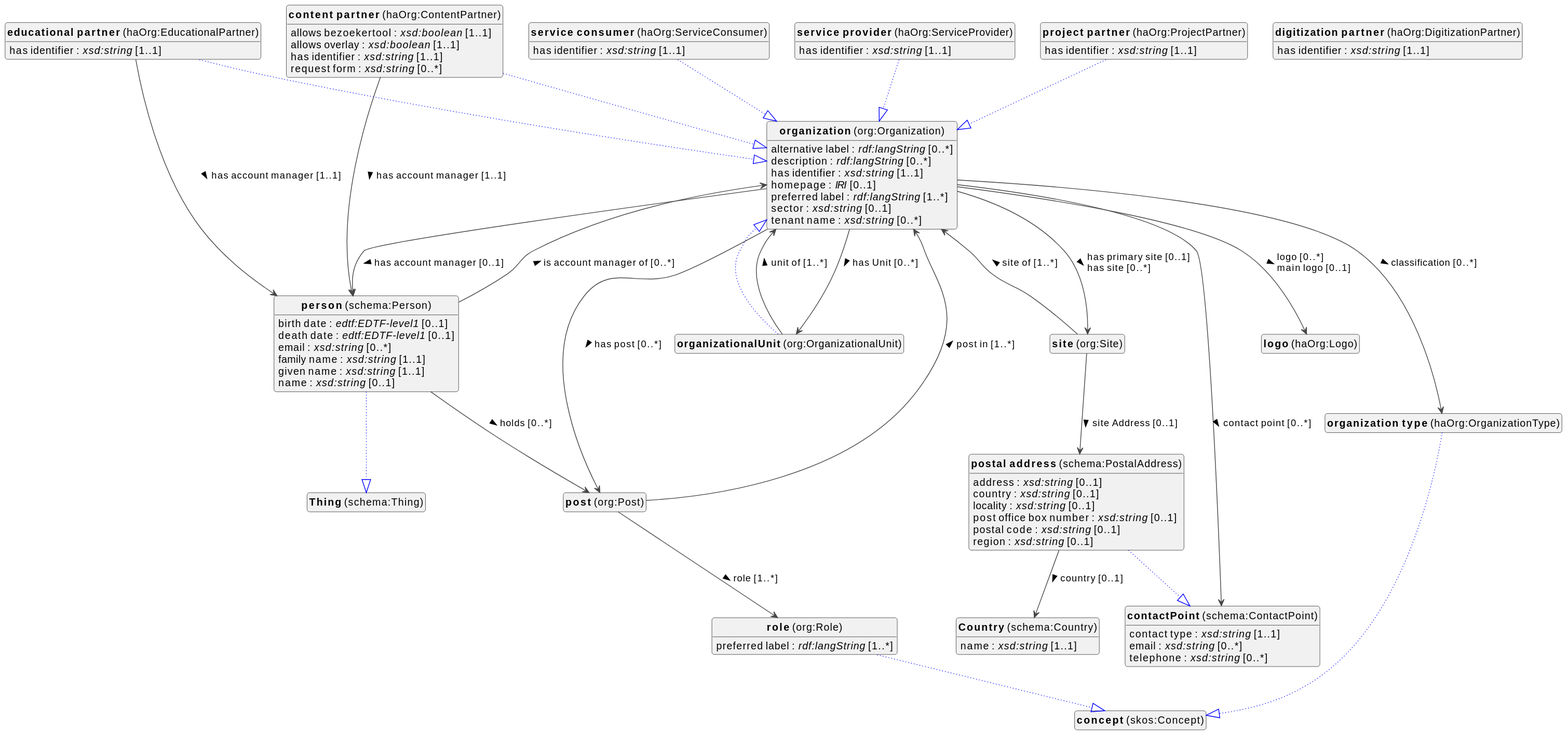
Above: docs/metadata/knowledge-graph/0.0.1/organizations/en/organizations-diagram.svg in viaacode/documentation-jekyll (PlantUML), before the change. Source of this version:
```plantuml
@startuml
!theme vibrant
skinparam classFontSize 14
!define LIGHTORANGE
skinparam componentStyle uml2
skinparam wrapMessageWidth 1000
skinparam wrapWidth 1000
skinparam shadowing false
skinparam ArrowMessageAlignment left
top to bottom direction


class "<b>Country</b> (schema:Country)" as schema_Country [[#schema%3ACountry]]
class "<b>contactPoint</b> (schema:ContactPoint)" as schema_ContactPoint [[#schema%3AContactPoint]]
class "<b>content partner</b> (haOrg:ContentPartner)" as haOrg_ContentPartner [[#haOrg%3AContentPartner]]
class "<b>organization</b> (org:Organization)" as org_Organization [[#org%3AOrganization]]
class "<b>digitization partner</b> (haOrg:DigitizationPartner)" as haOrg_DigitizationPartner [[#haOrg%3ADigitizationPartner]]
class "<b>educational partner</b> (haOrg:EducationalPartner)" as haOrg_EducationalPartner [[#haOrg%3AEducationalPartner]]
class "<b>organization</b> (org:Organization)" as org_Organization [[#org%3AOrganization]]
class "<b>logo</b> (haOrg:Logo)" as haOrg_Logo [[#haOrg%3ALogo]]
class "<b>organization</b> (org:Organization)" as org_Organization [[#org%3AOrganization]]
class "<b>organization type</b> (haOrg:OrganizationType)" as haOrg_OrganizationType [[#haOrg%3AOrganizationType]]
class "<b>concept</b> (skos:Concept)" as skos_Concept [[#skos%3AConcept]]
class "<b>organizationalUnit</b> (org:OrganizationalUnit)" as org_OrganizationalUnit [[#org%3AOrganizationalUnit]]
class "<b>organization</b> (org:Organization)" as org_Organization [[#org%3AOrganization]]
class "<b>person</b> (schema:Person)" as schema_Person [[#schema%3APerson]]
class "<b>Thing</b> (schema:Thing)" as schema_Thing [[#schema%3AThing]]
class "<b>post</b> (org:Post)" as org_Post [[#org%3APost]]
class "<b>postal address</b> (schema:PostalAddress)" as schema_PostalAddress [[#schema%3APostalAddress]]
class "<b>contactPoint</b> (schema:ContactPoint)" as schema_ContactPoint [[#schema%3AContactPoint]]
class "<b>project partner</b> (haOrg:ProjectPartner)" as haOrg_ProjectPartner [[#haOrg%3AProjectPartner]]
class "<b>organization</b> (org:Organization)" as org_Organization [[#org%3AOrganization]]
class "<b>role</b> (org:Role)" as org_Role [[#org%3ARole]]
class "<b>concept</b> (skos:Concept)" as skos_Concept [[#skos%3AConcept]]
class "<b>service consumer</b> (haOrg:ServiceConsumer)" as haOrg_ServiceConsumer [[#haOrg%3AServiceConsumer]]
class "<b>organization</b> (org:Organization)" as org_Organization [[#org%3AOrganization]]
class "<b>service provider</b> (haOrg:ServiceProvider)" as haOrg_ServiceProvider [[#haOrg%3AServiceProvider]]
class "<b>organization</b> (org:Organization)" as org_Organization [[#org%3AOrganization]]
class "<b>site</b> (org:Site)" as org_Site [[#org%3ASite]]


schema_Country : name : <i>xsd:string</i> [1..1]



schema_ContactPoint : contact type : <i>xsd:string</i> [1..1]
schema_ContactPoint : email : <i>xsd:string</i> [0..*]
schema_ContactPoint : telephone : <i>xsd:string</i> [0..*]


haOrg_ContentPartner --|> org_Organization #blue;line.dotted;text:blue

haOrg_ContentPartner : allows bezoekertool : <i>xsd:boolean</i> [1..1]
haOrg_ContentPartner : allows overlay : <i>xsd:boolean</i> [1..1]
haOrg_ContentPartner : has identifier : <i>xsd:string</i> [1..1]
haOrg_ContentPartner : request form : <i>xsd:string</i> [0..*]
haOrg_ContentPartner --> schema_Person :has account manager [1..1]  >




haOrg_DigitizationPartner : has identifier : <i>xsd:string</i> [1..1]


haOrg_EducationalPartner --|> org_Organization #blue;line.dotted;text:blue

haOrg_EducationalPartner : has identifier : <i>xsd:string</i> [1..1]
haOrg_EducationalPartner --> schema_Person :has account manager [1..1]  >





org_Organization : alternative label : <i>rdf:langString</i> [0..*]
org_Organization : description : <i>rdf:langString</i> [0..*]
org_Organization : has identifier : <i>xsd:string</i> [1..1]
org_Organization : homepage : <i>IRI</i> [0..1]
org_Organization : preferred label : <i>rdf:langString</i> [1..*]
org_Organization : sector : <i>xsd:string</i> [0..1]
org_Organization : tenant name : <i>xsd:string</i> [0..*]

org_Organization --> haOrg_Logo :logo [0..*]  \lmain logo [0..1]  >
org_Organization --> haOrg_OrganizationType :classification [0..*]  >
org_Organization --> org_OrganizationalUnit :has Unit [0..*]  >
org_Organization --> org_Post :has post [0..*]  >
org_Organization --> org_Site :has primary site [0..1]  \lhas site [0..*]  >

org_Organization --> schema_ContactPoint :contact point [0..*]  >
org_Organization --> schema_Person :has account manager [0..1]  >


haOrg_OrganizationType --|> skos_Concept #blue;line.dotted;text:blue


org_OrganizationalUnit --|> org_Organization #blue;line.dotted;text:blue

org_OrganizationalUnit --> org_Organization :unit of [1..*]  >

schema_Person --|> schema_Thing #blue;line.dotted;text:blue

schema_Person : birth date : <i>edtf:EDTF-level1</i> [0..1]
schema_Person : death date : <i>edtf:EDTF-level1</i> [0..1]
schema_Person : email : <i>xsd:string</i> [0..*]
schema_Person : family name : <i>xsd:string</i> [1..1]
schema_Person : given name : <i>xsd:string</i> [1..1]
schema_Person : name : <i>xsd:string</i> [0..1]

schema_Person --> org_Organization :is account manager of [0..*]  >
schema_Person --> org_Post :holds [0..*]  >



org_Post --> org_Organization :post in [1..*]  >
org_Post --> org_Role :role [1..*]  >

schema_PostalAddress --|> schema_ContactPoint #blue;line.dotted;text:blue

schema_PostalAddress : address : <i>xsd:string</i> [0..1]
schema_PostalAddress : country : <i>xsd:string</i> [0..1]
schema_PostalAddress : locality : <i>xsd:string</i> [0..1]
schema_PostalAddress : post office box number : <i>xsd:string</i> [0..1]
schema_PostalAddress : postal code : <i>xsd:string</i> [0..1]
schema_PostalAddress : region : <i>xsd:string</i> [0..1]
schema_PostalAddress --> schema_Country :country [0..1]  >


haOrg_ProjectPartner --|> org_Organization #blue;line.dotted;text:blue

haOrg_ProjectPartner : has identifier : <i>xsd:string</i> [1..1]


org_Role --|> skos_Concept #blue;line.dotted;text:blue

org_Role : preferred label : <i>rdf:langString</i> [1..*]


haOrg_ServiceConsumer --|> org_Organization #blue;line.dotted;text:blue

haOrg_ServiceConsumer : has identifier : <i>xsd:string</i> [1..1]


haOrg_ServiceProvider --|> org_Organization #blue;line.dotted;text:blue

haOrg_ServiceProvider : has identifier : <i>xsd:string</i> [1..1]



org_Site --> org_Organization :site of [1..*]  >
org_Site --> schema_PostalAddress :site Address [0..1]  >


hide circle
hide methods
hide empty members
@enduml
```
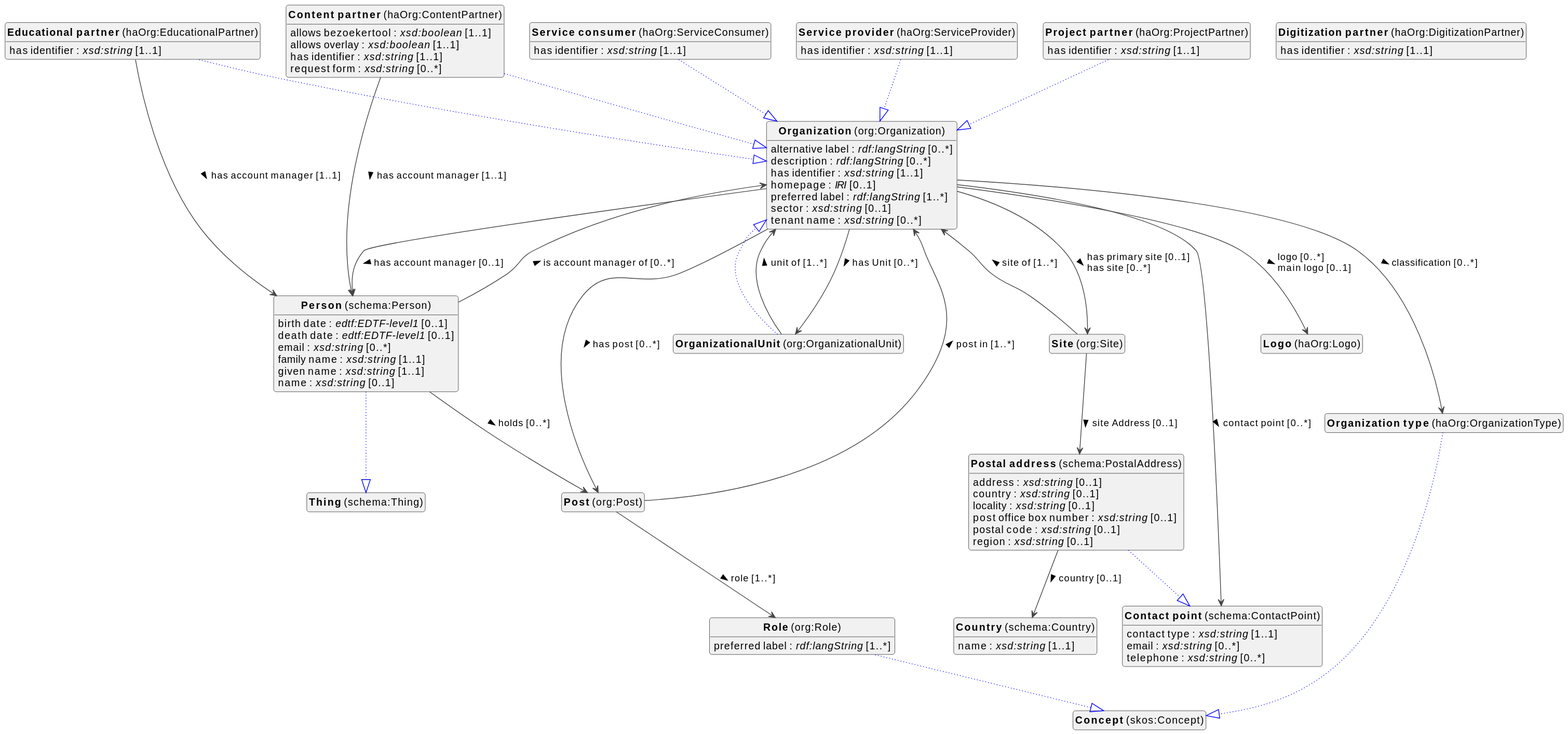
Later version of the same file.

What changed in the source:
```diff
@@ -10,37 +10,33 @@
 top to bottom direction
 
 
+class "<b>Contact point</b> (schema:ContactPoint)" as schema_ContactPoint [[#schema%3AContactPoint]]
+class "<b>Content partner</b> (haOrg:ContentPartner)" as haOrg_ContentPartner [[#haOrg%3AContentPartner]]
+class "<b>Organization</b> (org:Organization)" as org_Organization [[#org%3AOrganization]]
 class "<b>Country</b> (schema:Country)" as schema_Country [[#schema%3ACountry]]
-class "<b>contactPoint</b> (schema:ContactPoint)" as schema_ContactPoint [[#schema%3AContactPoint]]
-class "<b>content partner</b> (haOrg:ContentPartner)" as haOrg_ContentPartner [[#haOrg%3AContentPartner]]
-class "<b>organization</b> (org:Organization)" as org_Organization [[#org%3AOrganization]]
-class "<b>digitization partner</b> (haOrg:DigitizationPartner)" as haOrg_DigitizationPartner [[#haOrg%3ADigitizationPartner]]
-class "<b>educational partner</b> (haOrg:EducationalPartner)" as haOrg_EducationalPartner [[#haOrg%3AEducationalPartner]]
-class "<b>organization</b> (org:Organization)" as org_Organization [[#org%3AOrganization]]
-class "<b>logo</b> (haOrg:Logo)" as haOrg_Logo [[#haOrg%3ALogo]]
-class "<b>organization</b> (org:Organization)" as org_Organization [[#org%3AOrganization]]
-class "<b>organization type</b> (haOrg:OrganizationType)" as haOrg_OrganizationType [[#haOrg%3AOrganizationType]]
-class "<b>concept</b> (skos:Concept)" as skos_Concept [[#skos%3AConcept]]
-class "<b>organizationalUnit</b> (org:OrganizationalUnit)" as org_OrganizationalUnit [[#org%3AOrganizationalUnit]]
-class "<b>organization</b> (org:Organization)" as org_Organization [[#org%3AOrganization]]
-class "<b>person</b> (schema:Person)" as schema_Person [[#schema%3APerson]]
+class "<b>Digitization partner</b> (haOrg:DigitizationPartner)" as haOrg_DigitizationPartner [[#haOrg%3ADigitizationPartner]]
+class "<b>Educational partner</b> (haOrg:EducationalPartner)" as haOrg_EducationalPartner [[#haOrg%3AEducationalPartner]]
+class "<b>Organization</b> (org:Organization)" as org_Organization [[#org%3AOrganization]]
+class "<b>Logo</b> (haOrg:Logo)" as haOrg_Logo [[#haOrg%3ALogo]]
+class "<b>Organization</b> (org:Organization)" as org_Organization [[#org%3AOrganization]]
+class "<b>Organization type</b> (haOrg:OrganizationType)" as haOrg_OrganizationType [[#haOrg%3AOrganizationType]]
+class "<b>Concept</b> (skos:Concept)" as skos_Concept [[#skos%3AConcept]]
+class "<b>OrganizationalUnit</b> (org:OrganizationalUnit)" as org_OrganizationalUnit [[#org%3AOrganizationalUnit]]
+class "<b>Organization</b> (org:Organization)" as org_Organization [[#org%3AOrganization]]
+class "<b>Person</b> (schema:Person)" as schema_Person [[#schema%3APerson]]
 class "<b>Thing</b> (schema:Thing)" as schema_Thing [[#schema%3AThing]]
-class "<b>post</b> (org:Post)" as org_Post [[#org%3APost]]
-class "<b>postal address</b> (schema:PostalAddress)" as schema_PostalAddress [[#schema%3APostalAddress]]
-class "<b>contactPoint</b> (schema:ContactPoint)" as schema_ContactPoint [[#schema%3AContactPoint]]
-class "<b>project partner</b> (haOrg:ProjectPartner)" as haOrg_ProjectPartner [[#haOrg%3AProjectPartner]]
-class "<b>organization</b> (org:Organization)" as org_Organization [[#org%3AOrganization]]
-class "<b>role</b> (org:Role)" as org_Role [[#org%3ARole]]
-class "<b>concept</b> (skos:Concept)" as skos_Concept [[#skos%3AConcept]]
-class "<b>service consumer</b> (haOrg:ServiceConsumer)" as haOrg_ServiceConsumer [[#haOrg%3AServiceConsumer]]
-class "<b>organization</b> (org:Organization)" as org_Organization [[#org%3AOrganization]]
-class "<b>service provider</b> (haOrg:ServiceProvider)" as haOrg_ServiceProvider [[#haOrg%3AServiceProvider]]
-class "<b>organization</b> (org:Organization)" as org_Organization [[#org%3AOrganization]]
-class "<b>site</b> (org:Site)" as org_Site [[#org%3ASite]]
-
-
-schema_Country : name : <i>xsd:string</i> [1..1]
-
+class "<b>Post</b> (org:Post)" as org_Post [[#org%3APost]]
+class "<b>Postal address</b> (schema:PostalAddress)" as schema_PostalAddress [[#schema%3APostalAddress]]
+class "<b>Contact point</b> (schema:ContactPoint)" as schema_ContactPoint [[#schema%3AContactPoint]]
+class "<b>Project partner</b> (haOrg:ProjectPartner)" as haOrg_ProjectPartner [[#haOrg%3AProjectPartner]]
+class "<b>Organization</b> (org:Organization)" as org_Organization [[#org%3AOrganization]]
+class "<b>Role</b> (org:Role)" as org_Role [[#org%3ARole]]
+class "<b>Concept</b> (skos:Concept)" as skos_Concept [[#skos%3AConcept]]
+class "<b>Service consumer</b> (haOrg:ServiceConsumer)" as haOrg_ServiceConsumer [[#haOrg%3AServiceConsumer]]
+class "<b>Organization</b> (org:Organization)" as org_Organization [[#org%3AOrganization]]
+class "<b>Service provider</b> (haOrg:ServiceProvider)" as haOrg_ServiceProvider [[#haOrg%3AServiceProvider]]
+class "<b>Organization</b> (org:Organization)" as org_Organization [[#org%3AOrganization]]
+class "<b>Site</b> (org:Site)" as org_Site [[#org%3ASite]]
 
 
 schema_ContactPoint : contact type : <i>xsd:string</i> [1..1]
@@ -56,6 +52,10 @@
 haOrg_ContentPartner : request form : <i>xsd:string</i> [0..*]
 haOrg_ContentPartner --> schema_Person :has account manager [1..1]  >
 
+
+
+
+schema_Country : name : <i>xsd:string</i> [1..1]
 
 
 
```
